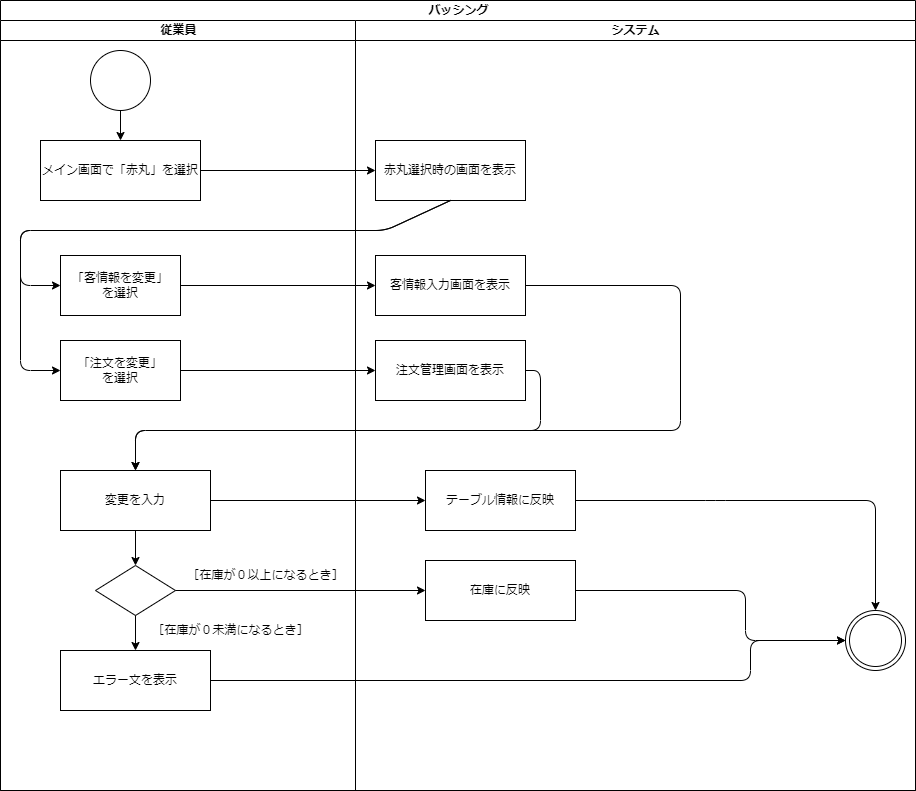
MasakiHiguchi/--- keeps this draw.io diagram as psp4/アクティビティ図_情報を変更.drawio.png. Above is the earlier version. Source tidied: cells renumbered, new cells last; positions are measured from the earlier drawing's top-left corner, leaving out a move shared by most shapes. The source it was exported from:
```xml
<mxGraphModel>
  <root>
    <mxCell id="0" />
    <mxCell id="1" parent="0" />
    <mxCell id="2" value="バッシング" style="swimlane;startSize=20;html=1;" parent="1" vertex="1">
      <mxGeometry width="915" height="790" as="geometry" />
    </mxCell>
    <mxCell id="3" value="従業員" style="swimlane;startSize=20;html=1;" parent="2" vertex="1">
      <mxGeometry y="20" width="355" height="770" as="geometry" />
    </mxCell>
    <mxCell id="4" style="ellipse;whiteSpace=wrap;html=1;" parent="3" vertex="1">
      <mxGeometry x="90" y="30" width="60" height="60" as="geometry" />
    </mxCell>
    <mxCell id="5" style="endArrow=classic;html=1;entryX=0.5;entryY=0;entryDx=0;entryDy=0;exitX=0.5;exitY=1;exitDx=0;exitDy=0;" parent="3" edge="1" source="4" target="6">
      <mxGeometry relative="1" as="geometry" />
    </mxCell>
    <mxCell id="6" value="メイン画面で「赤丸」を選択" style="rounded=0;whiteSpace=wrap;html=1;" parent="3" vertex="1">
      <mxGeometry x="40" y="120" width="160" height="60" as="geometry" />
    </mxCell>
    <mxCell id="7" value="「客情報を変更」&lt;br&gt;を選択" style="rounded=0;whiteSpace=wrap;html=1;" parent="3" vertex="1">
      <mxGeometry x="60" y="235" width="120" height="60" as="geometry" />
    </mxCell>
    <mxCell id="8" value="「注文を変更」&lt;br&gt;を選択" style="rounded=0;whiteSpace=wrap;html=1;" parent="3" vertex="1">
      <mxGeometry x="60" y="320" width="120" height="60" as="geometry" />
    </mxCell>
    <mxCell id="9" value="変更を入力" style="rounded=0;whiteSpace=wrap;html=1;" parent="3" vertex="1">
      <mxGeometry x="60" y="450" width="150" height="60" as="geometry" />
    </mxCell>
    <mxCell id="10" style="rhombus;whiteSpace=wrap;html=1;" parent="3" vertex="1">
      <mxGeometry x="95" y="545" width="80" height="50" as="geometry" />
    </mxCell>
    <mxCell id="11" style="edgeStyle=none;html=1;exitX=0.5;exitY=1;exitDx=0;exitDy=0;" parent="3" edge="1" source="9" target="10">
      <mxGeometry relative="1" as="geometry" />
    </mxCell>
    <mxCell id="12" value="［在庫が０以上になるとき］" style="text;html=1;align=center;verticalAlign=middle;strokeColor=none;fillColor=none;" parent="3" vertex="1">
      <mxGeometry x="175" y="540" width="180" height="30" as="geometry" />
    </mxCell>
    <mxCell id="13" value="エラー文を表示" style="rounded=0;whiteSpace=wrap;html=1;" parent="3" vertex="1">
      <mxGeometry x="60" y="630" width="150" height="60" as="geometry" />
    </mxCell>
    <mxCell id="14" style="edgeStyle=none;html=1;exitX=0.5;exitY=1;exitDx=0;exitDy=0;entryX=0.5;entryY=0;entryDx=0;entryDy=0;" parent="3" edge="1" source="10" target="13">
      <mxGeometry relative="1" as="geometry" />
    </mxCell>
    <mxCell id="15" value="［在庫が０未満になるとき］" style="text;html=1;align=center;verticalAlign=middle;strokeColor=none;fillColor=none;" parent="3" vertex="1">
      <mxGeometry x="140" y="595" width="180" height="30" as="geometry" />
    </mxCell>
    <mxCell id="16" value="システム" style="swimlane;startSize=20;html=1;" parent="2" vertex="1">
      <mxGeometry x="355" y="20" width="560" height="770" as="geometry" />
    </mxCell>
    <mxCell id="17" style="ellipse;shape=doubleEllipse;whiteSpace=wrap;html=1;" parent="16" vertex="1">
      <mxGeometry x="490" y="590" width="60" height="60" as="geometry" />
    </mxCell>
    <mxCell id="18" value="赤丸選択時の画面を表示" style="rounded=0;whiteSpace=wrap;html=1;" parent="16" vertex="1">
      <mxGeometry x="20" y="120" width="150" height="60" as="geometry" />
    </mxCell>
    <mxCell id="19" value="客情報入力画面を表示" style="rounded=0;whiteSpace=wrap;html=1;" parent="16" vertex="1">
      <mxGeometry x="20" y="235" width="150" height="60" as="geometry" />
    </mxCell>
    <mxCell id="20" value="注文管理画面を表示" style="rounded=0;whiteSpace=wrap;html=1;" parent="16" vertex="1">
      <mxGeometry x="20" y="320" width="150" height="60" as="geometry" />
    </mxCell>
    <mxCell id="21" style="edgeStyle=none;html=1;exitX=1;exitY=0.5;exitDx=0;exitDy=0;entryX=0.5;entryY=0;entryDx=0;entryDy=0;" parent="16" edge="1" source="22" target="17">
      <mxGeometry relative="1" as="geometry">
        <Array as="points">
          <mxPoint x="360" y="480" />
          <mxPoint x="520" y="480" />
        </Array>
      </mxGeometry>
    </mxCell>
    <mxCell id="22" value="テーブル情報に反映" style="rounded=0;whiteSpace=wrap;html=1;" parent="16" vertex="1">
      <mxGeometry x="70" y="450" width="150" height="60" as="geometry" />
    </mxCell>
    <mxCell id="23" style="edgeStyle=none;html=1;exitX=1;exitY=0.5;exitDx=0;exitDy=0;entryX=0;entryY=0.5;entryDx=0;entryDy=0;" parent="16" edge="1" source="24" target="17">
      <mxGeometry relative="1" as="geometry">
        <Array as="points">
          <mxPoint x="390" y="570" />
          <mxPoint x="390" y="620" />
        </Array>
      </mxGeometry>
    </mxCell>
    <mxCell id="24" value="在庫に反映" style="rounded=0;whiteSpace=wrap;html=1;" parent="16" vertex="1">
      <mxGeometry x="70" y="540" width="150" height="60" as="geometry" />
    </mxCell>
    <mxCell id="25" style="edgeStyle=none;html=1;exitX=1;exitY=0.5;exitDx=0;exitDy=0;entryX=0;entryY=0.5;entryDx=0;entryDy=0;" parent="2" edge="1" source="6" target="18">
      <mxGeometry relative="1" as="geometry" />
    </mxCell>
    <mxCell id="26" style="edgeStyle=none;html=1;exitX=0.5;exitY=1;exitDx=0;exitDy=0;entryX=0;entryY=0.5;entryDx=0;entryDy=0;" parent="2" edge="1" source="18" target="7">
      <mxGeometry relative="1" as="geometry">
        <Array as="points">
          <mxPoint x="385" y="230" />
          <mxPoint x="20" y="230" />
          <mxPoint x="20" y="285" />
        </Array>
      </mxGeometry>
    </mxCell>
    <mxCell id="27" style="edgeStyle=none;html=1;exitX=0.5;exitY=1;exitDx=0;exitDy=0;entryX=0;entryY=0.5;entryDx=0;entryDy=0;" parent="2" edge="1" source="18" target="8">
      <mxGeometry relative="1" as="geometry">
        <Array as="points">
          <mxPoint x="385" y="230" />
          <mxPoint x="20" y="230" />
          <mxPoint x="20" y="370" />
        </Array>
      </mxGeometry>
    </mxCell>
    <mxCell id="28" style="edgeStyle=none;html=1;exitX=1;exitY=0.5;exitDx=0;exitDy=0;entryX=0;entryY=0.5;entryDx=0;entryDy=0;" parent="2" edge="1" source="7" target="19">
      <mxGeometry relative="1" as="geometry" />
    </mxCell>
    <mxCell id="29" style="edgeStyle=none;html=1;exitX=1;exitY=0.5;exitDx=0;exitDy=0;entryX=0;entryY=0.5;entryDx=0;entryDy=0;" parent="2" edge="1" source="8" target="20">
      <mxGeometry relative="1" as="geometry" />
    </mxCell>
    <mxCell id="30" style="edgeStyle=none;html=1;exitX=1;exitY=0.5;exitDx=0;exitDy=0;entryX=0.5;entryY=0;entryDx=0;entryDy=0;" parent="2" edge="1" source="19" target="9">
      <mxGeometry relative="1" as="geometry">
        <Array as="points">
          <mxPoint x="680" y="285" />
          <mxPoint x="680" y="430" />
          <mxPoint x="135" y="430" />
        </Array>
      </mxGeometry>
    </mxCell>
    <mxCell id="31" style="edgeStyle=none;html=1;exitX=1;exitY=0.5;exitDx=0;exitDy=0;entryX=0.5;entryY=0;entryDx=0;entryDy=0;" parent="2" edge="1" source="20" target="9">
      <mxGeometry relative="1" as="geometry">
        <Array as="points">
          <mxPoint x="540" y="370" />
          <mxPoint x="540" y="430" />
          <mxPoint x="135" y="430" />
        </Array>
      </mxGeometry>
    </mxCell>
    <mxCell id="32" style="edgeStyle=none;html=1;exitX=1;exitY=0.5;exitDx=0;exitDy=0;entryX=0;entryY=0.5;entryDx=0;entryDy=0;" parent="2" edge="1" source="9" target="22">
      <mxGeometry relative="1" as="geometry" />
    </mxCell>
    <mxCell id="33" style="edgeStyle=none;html=1;exitX=1;exitY=0.5;exitDx=0;exitDy=0;entryX=0;entryY=0.5;entryDx=0;entryDy=0;" parent="2" edge="1" source="10" target="24">
      <mxGeometry relative="1" as="geometry" />
    </mxCell>
    <mxCell id="34" style="edgeStyle=none;html=1;exitX=1;exitY=0.5;exitDx=0;exitDy=0;entryX=0;entryY=0.5;entryDx=0;entryDy=0;" parent="2" edge="1" source="13" target="17">
      <mxGeometry relative="1" as="geometry">
        <Array as="points">
          <mxPoint x="750" y="680" />
          <mxPoint x="750" y="640" />
        </Array>
      </mxGeometry>
    </mxCell>
  </root>
</mxGraphModel>
```
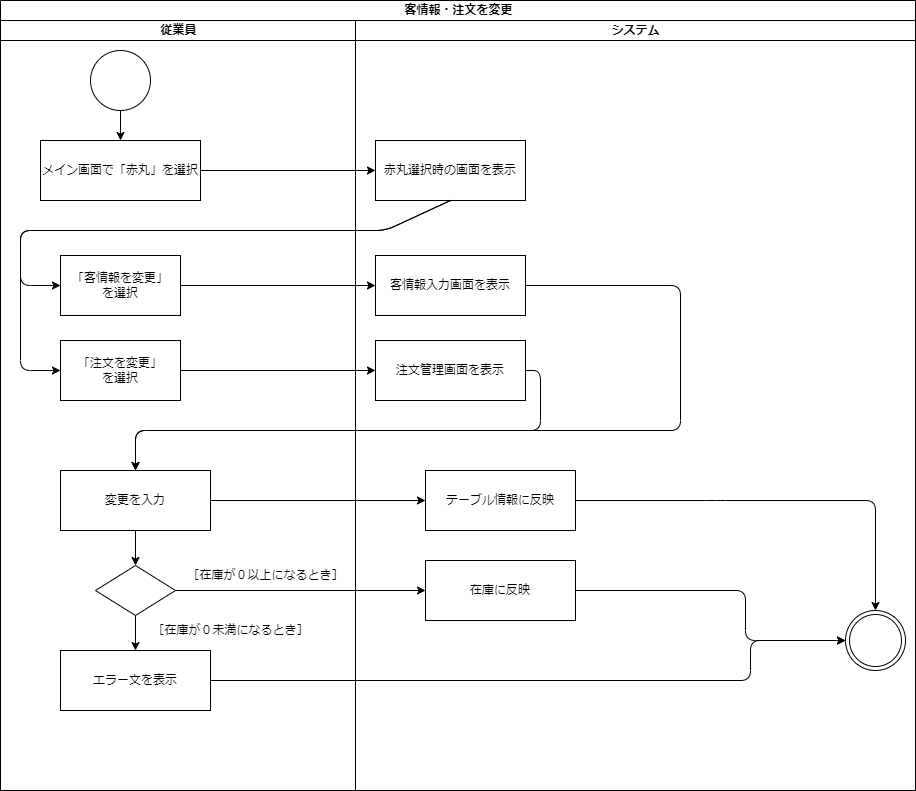
The same diagram one commit later.

What changed in the source:
```diff
@@ -2,7 +2,7 @@
   <root>
     <mxCell id="0" />
     <mxCell id="1" parent="0" />
-    <mxCell id="2" value="バッシング" style="swimlane;startSize=20;html=1;" parent="1" vertex="1">
+    <mxCell id="2" value="客情報・注文を変更" style="swimlane;startSize=20;html=1;" parent="1" vertex="1">
       <mxGeometry width="915" height="790" as="geometry" />
     </mxCell>
     <mxCell id="3" value="従業員" style="swimlane;startSize=20;html=1;" parent="2" vertex="1">
```
